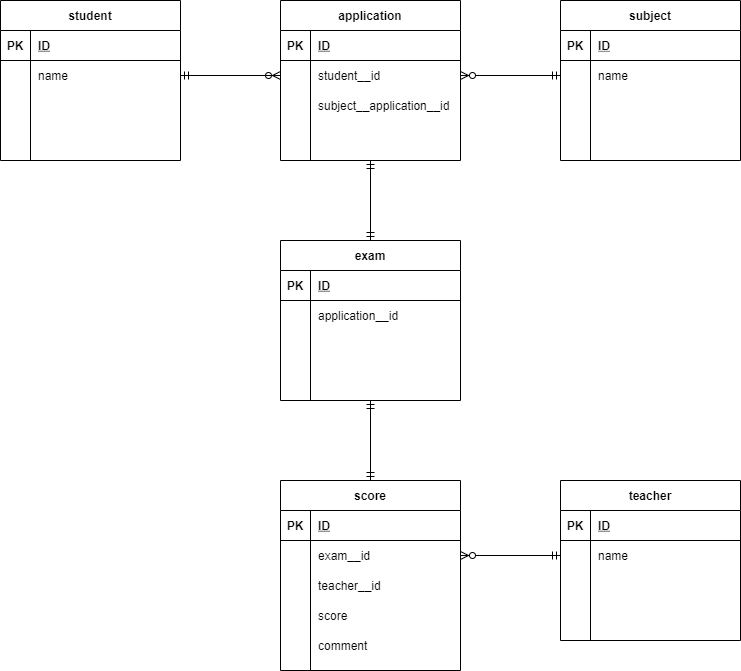
Before: index.drawio.png, a diagram exported from draw.io (Tommy-maple/Database). Source tidied: cells renumbered, new cells last; positions are measured from the earlier drawing's top-left corner, leaving out a move shared by most shapes.
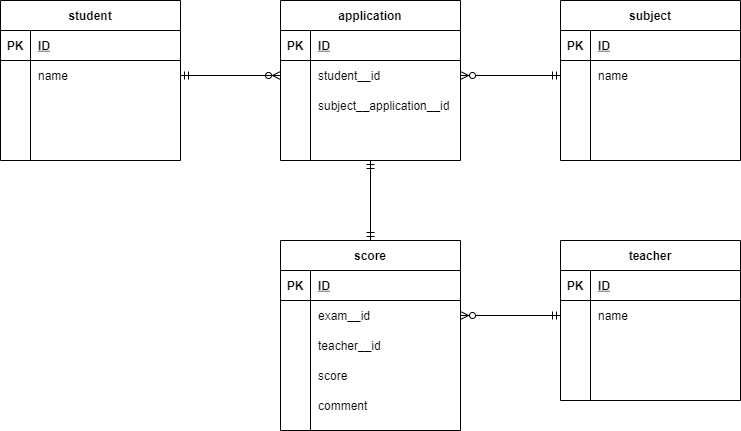
After the change.

The edit, as a diff of the source:
```diff
@@ -41,8 +41,10 @@
     <mxCell id="14" style="shape=partialRectangle;fillColor=none;top=0;left=0;bottom=0;right=0;align=left;spacingLeft=6;overflow=hidden;" parent="12" vertex="1">
       <mxGeometry x="30" width="150" height="30" as="geometry" />
     </mxCell>
-    <mxCell id="15" style="edgeStyle=orthogonalEdgeStyle;rounded=0;jettySize=auto;html=1;exitX=0.5;exitY=1;exitDx=0;exitDy=0;entryX=0.5;entryY=0;entryDx=0;entryDy=0;endArrow=ERmandOne;endFill=0;" parent="1" edge="1" source="16" target="33">
-      <mxGeometry relative="1" as="geometry" />
+    <mxCell id="15" style="edgeStyle=orthogonalEdgeStyle;rounded=0;jettySize=auto;html=1;exitX=0.5;exitY=1;exitDx=0;exitDy=0;entryX=0.5;entryY=0;entryDx=0;entryDy=0;endArrow=ERmandOne;endFill=0;" parent="1" edge="1" source="16">
+      <mxGeometry relative="1" as="geometry">
+        <mxPoint x="370" y="240" as="targetPoint" />
+      </mxGeometry>
     </mxCell>
     <mxCell id="16" value="application" style="shape=table;startSize=30;rowLines=0;fontStyle=1;align=center;" parent="1" vertex="1">
       <mxGeometry x="280" width="180" height="160" as="geometry" />
@@ -91,56 +93,11 @@
         <mxPoint x="180" y="75" as="targetPoint" />
       </mxGeometry>
     </mxCell>
-    <mxCell id="31" style="edgeStyle=orthogonalEdgeStyle;rounded=0;jettySize=auto;html=1;exitX=0.5;exitY=0;exitDx=0;exitDy=0;entryX=0.5;entryY=1;entryDx=0;entryDy=0;endArrow=ERmandOne;endFill=0;" parent="1" edge="1" source="33" target="16">
-      <mxGeometry relative="1" as="geometry" />
-    </mxCell>
-    <mxCell id="32" style="edgeStyle=orthogonalEdgeStyle;rounded=0;jettySize=auto;html=1;entryX=0.5;entryY=0;entryDx=0;entryDy=0;endArrow=ERmandOne;endFill=0;" parent="1" edge="1" source="33" target="47">
-      <mxGeometry relative="1" as="geometry" />
-    </mxCell>
-    <mxCell id="33" value="exam" style="shape=table;startSize=30;rowLines=0;fontStyle=1;align=center;" parent="1" vertex="1">
-      <mxGeometry x="280" y="240" width="180" height="160" as="geometry" />
-    </mxCell>
-    <mxCell id="34" style="shape=partialRectangle;fillColor=none;top=0;left=0;bottom=1;right=0;" parent="33" vertex="1">
-      <mxGeometry y="30" width="180" height="30" as="geometry" />
-    </mxCell>
-    <mxCell id="35" value="PK" style="shape=partialRectangle;fillColor=none;top=0;left=0;bottom=0;right=0;fontStyle=1;overflow=hidden;" parent="34" vertex="1">
-      <mxGeometry width="30" height="30" as="geometry" />
-    </mxCell>
-    <mxCell id="36" value="ID" style="shape=partialRectangle;fillColor=none;top=0;left=0;bottom=0;right=0;align=left;spacingLeft=6;fontStyle=5;overflow=hidden;" parent="34" vertex="1">
-      <mxGeometry x="30" width="150" height="30" as="geometry" />
-    </mxCell>
-    <mxCell id="37" style="shape=partialRectangle;fillColor=none;top=0;left=0;bottom=0;right=0;" parent="33" vertex="1">
-      <mxGeometry y="60" width="180" height="30" as="geometry" />
-    </mxCell>
-    <mxCell id="38" style="shape=partialRectangle;fillColor=none;top=0;left=0;bottom=0;right=0;overflow=hidden;" parent="37" vertex="1">
-      <mxGeometry width="30" height="30" as="geometry" />
-    </mxCell>
-    <mxCell id="39" value="application__id" style="shape=partialRectangle;fillColor=none;top=0;left=0;bottom=0;right=0;align=left;spacingLeft=6;overflow=hidden;" parent="37" vertex="1">
-      <mxGeometry x="30" width="150" height="30" as="geometry" />
-    </mxCell>
-    <mxCell id="40" style="shape=partialRectangle;fillColor=none;top=0;left=0;bottom=0;right=0;" parent="33" vertex="1">
-      <mxGeometry y="90" width="180" height="30" as="geometry" />
-    </mxCell>
-    <mxCell id="41" style="shape=partialRectangle;fillColor=none;top=0;left=0;bottom=0;right=0;overflow=hidden;" parent="40" vertex="1">
-      <mxGeometry width="30" height="30" as="geometry" />
-    </mxCell>
-    <mxCell id="42" style="shape=partialRectangle;fillColor=none;top=0;left=0;bottom=0;right=0;align=left;spacingLeft=6;overflow=hidden;" parent="40" vertex="1">
-      <mxGeometry x="30" width="150" height="30" as="geometry" />
-    </mxCell>
-    <mxCell id="43" style="shape=partialRectangle;fillColor=none;top=0;left=0;bottom=0;right=0;" parent="33" vertex="1">
-      <mxGeometry y="120" width="180" height="30" as="geometry" />
-    </mxCell>
-    <mxCell id="44" style="shape=partialRectangle;fillColor=none;top=0;left=0;bottom=0;right=0;overflow=hidden;" parent="43" vertex="1">
-      <mxGeometry width="30" height="30" as="geometry" />
-    </mxCell>
-    <mxCell id="45" style="shape=partialRectangle;fillColor=none;top=0;left=0;bottom=0;right=0;align=left;spacingLeft=6;overflow=hidden;" parent="43" vertex="1">
-      <mxGeometry x="30" width="150" height="30" as="geometry" />
-    </mxCell>
-    <mxCell id="46" style="edgeStyle=orthogonalEdgeStyle;rounded=0;jettySize=auto;html=1;entryX=0.5;entryY=1;entryDx=0;entryDy=0;endArrow=ERmandOne;endFill=0;" parent="1" edge="1" source="47" target="33">
-      <mxGeometry relative="1" as="geometry" />
-    </mxCell>
+    <mxCell id="93" style="edgeStyle=orthogonalEdgeStyle;rounded=0;jettySize=auto;html=1;entryX=0.5;entryY=1;entryDx=0;entryDy=0;endArrow=ERmandOne;endFill=0;" parent="1" edge="1" source="47" target="16">
+      <mxGeometry relative="1" as="geometry" />
+    </mxCell>
     <mxCell id="47" value="score" style="shape=table;startSize=30;rowLines=0;fontStyle=1;align=center;" parent="1" vertex="1">
-      <mxGeometry x="280" y="480" width="180" height="190" as="geometry" />
+      <mxGeometry x="280" y="240" width="180" height="190" as="geometry" />
     </mxCell>
     <mxCell id="48" style="shape=partialRectangle;fillColor=none;top=0;left=0;bottom=1;right=0;" parent="47" vertex="1">
       <mxGeometry y="30" width="180" height="30" as="geometry" />
@@ -188,7 +145,7 @@
       <mxGeometry x="30" width="150" height="30" as="geometry" />
     </mxCell>
     <mxCell id="63" value="teacher" style="shape=table;startSize=30;rowLines=0;fontStyle=1;align=center;" parent="1" vertex="1">
-      <mxGeometry x="560" y="480" width="180" height="160" as="geometry" />
+      <mxGeometry x="560" y="240" width="180" height="160" as="geometry" />
     </mxCell>
     <mxCell id="64" style="shape=partialRectangle;fillColor=none;top=0;left=0;bottom=1;right=0;" parent="63" vertex="1">
       <mxGeometry y="30" width="180" height="30" as="geometry" />
@@ -268,11 +225,6 @@
     <mxCell id="89" style="edgeStyle=orthogonalEdgeStyle;rounded=0;jettySize=auto;html=1;entryX=0;entryY=0.5;entryDx=0;entryDy=0;endArrow=ERmandOne;endFill=0;" parent="1" edge="1" source="51" target="67">
       <mxGeometry relative="1" as="geometry" />
     </mxCell>
-    <mxCell id="90" style="edgeStyle=orthogonalEdgeStyle;rounded=0;jettySize=auto;html=1;endArrow=ERzeroToMany;endFill=1;" parent="1" edge="1" source="67">
-      <mxGeometry relative="1" as="geometry">
-        <mxPoint x="460" y="555" as="targetPoint" />
-      </mxGeometry>
-    </mxCell>
     <mxCell id="91" style="edgeStyle=orthogonalEdgeStyle;rounded=0;jettySize=auto;html=1;entryX=0;entryY=0.5;entryDx=0;entryDy=0;endArrow=ERmandOne;endFill=0;" parent="1" edge="1" source="20" target="80">
       <mxGeometry relative="1" as="geometry" />
     </mxCell>
@@ -281,5 +233,10 @@
         <mxPoint x="460" y="75" as="targetPoint" />
       </mxGeometry>
     </mxCell>
+    <mxCell id="94" style="edgeStyle=orthogonalEdgeStyle;rounded=0;jettySize=auto;html=1;endArrow=ERzeroToMany;endFill=1;" parent="1" edge="1" source="67">
+      <mxGeometry relative="1" as="geometry">
+        <mxPoint x="460" y="315" as="targetPoint" />
+      </mxGeometry>
+    </mxCell>
   </root>
 </mxGraphModel>
```
